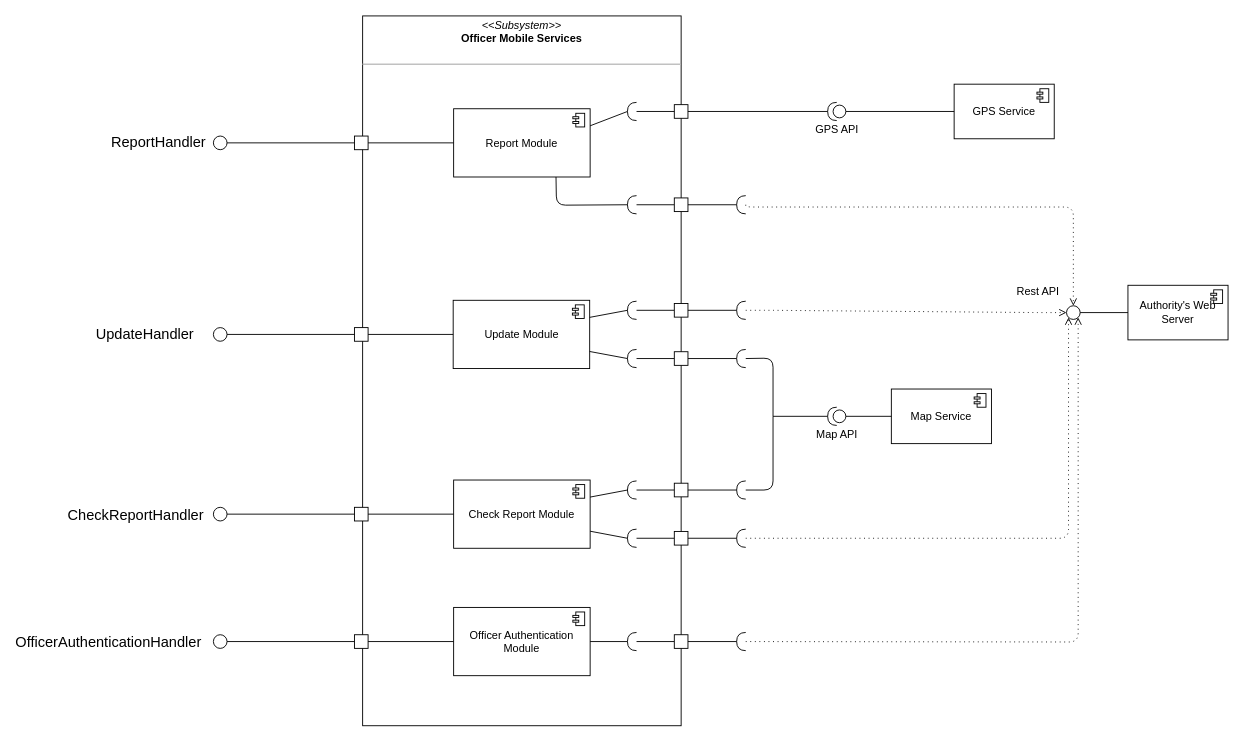
Earlier version of the draw.io diagram DD/images/Drawio/OfficerMobileServicesProjection.drawio (marcuz1996/Software-Engineering-Project). Source tidied: cells renumbered, new cells numbered last; positions are measured from the earlier drawing's top-left corner, leaving out a move shared by most shapes. Both pictures are drawn from the tidied source at 91%, with x=0, y=0 at pixel (81, 15).
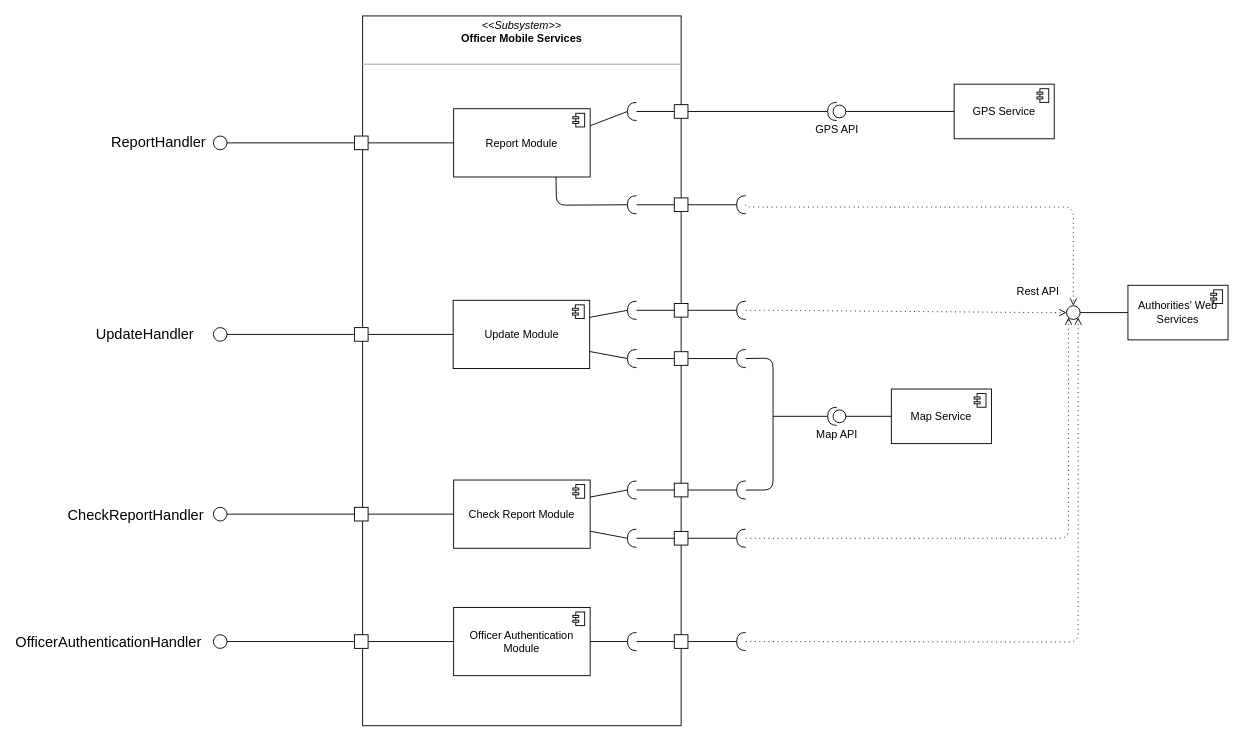
After the change.

Diff of the diagram source:
```diff
@@
-    <mxCell id="22" value="Authority's Web Server" style="html=1;outlineConnect=0;whiteSpace=wrap;shape=mxgraph.archimate3.application;appType=comp;archiType=square;" parent="1" vertex="1">
+    <mxCell id="22" value="Authorities' Web Services" style="html=1;outlineConnect=0;whiteSpace=wrap;shape=mxgraph.archimate3.application;appType=comp;archiType=square;" parent="1" vertex="1">
       <mxGeometry x="1150" y="296" width="110" height="60" as="geometry" />
     </mxCell>
```
